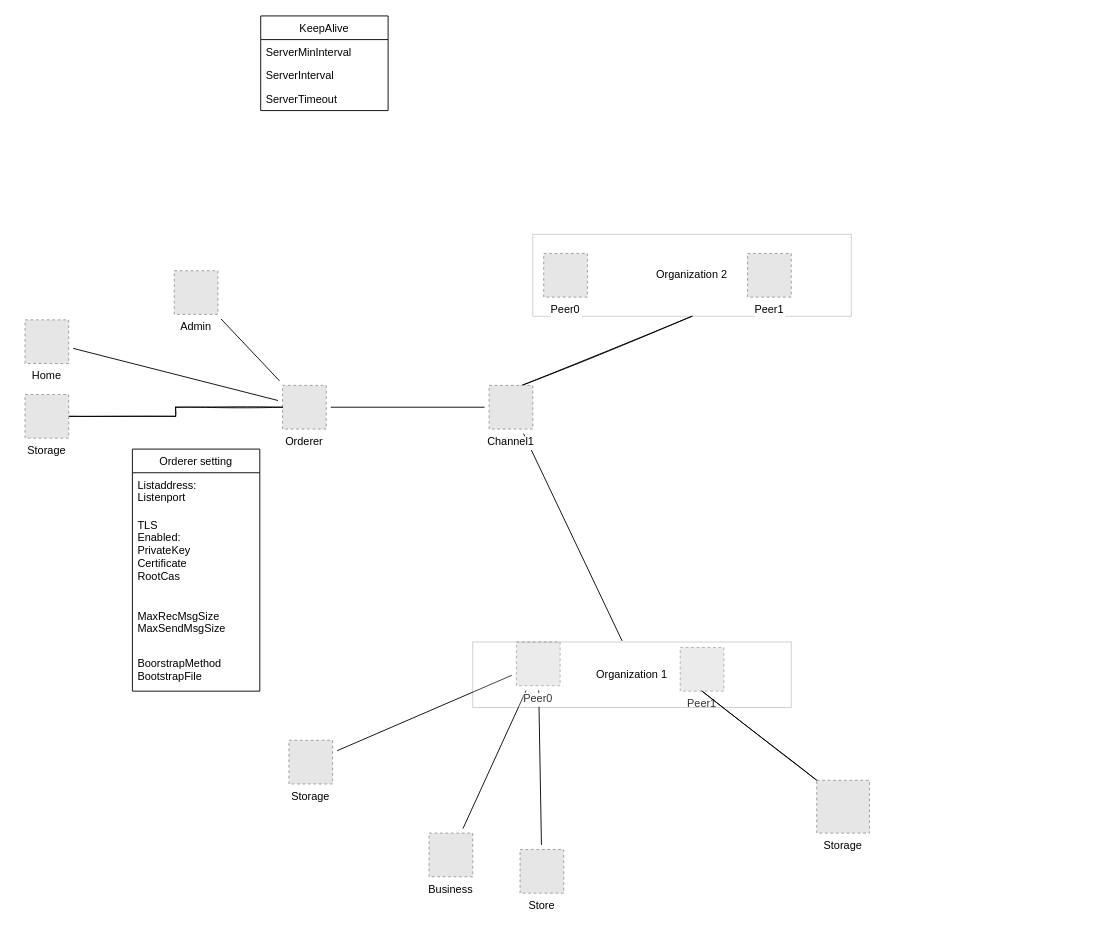
This is test-network/Waka Diagram.drawio from Hans-van-Velzen/Maori-Hyperledger, a draw.io file, before an edit. Source tidied: cells renumbered, new cells numbered last; positions are measured from the earlier drawing's top-left corner, leaving out a move shared by most shapes. Both pictures are drawn from the tidied source at 91%, with x=0, y=0 at pixel (25, 15). Pictures stored in the file or linked from it are replaced by grey dashed boxes.
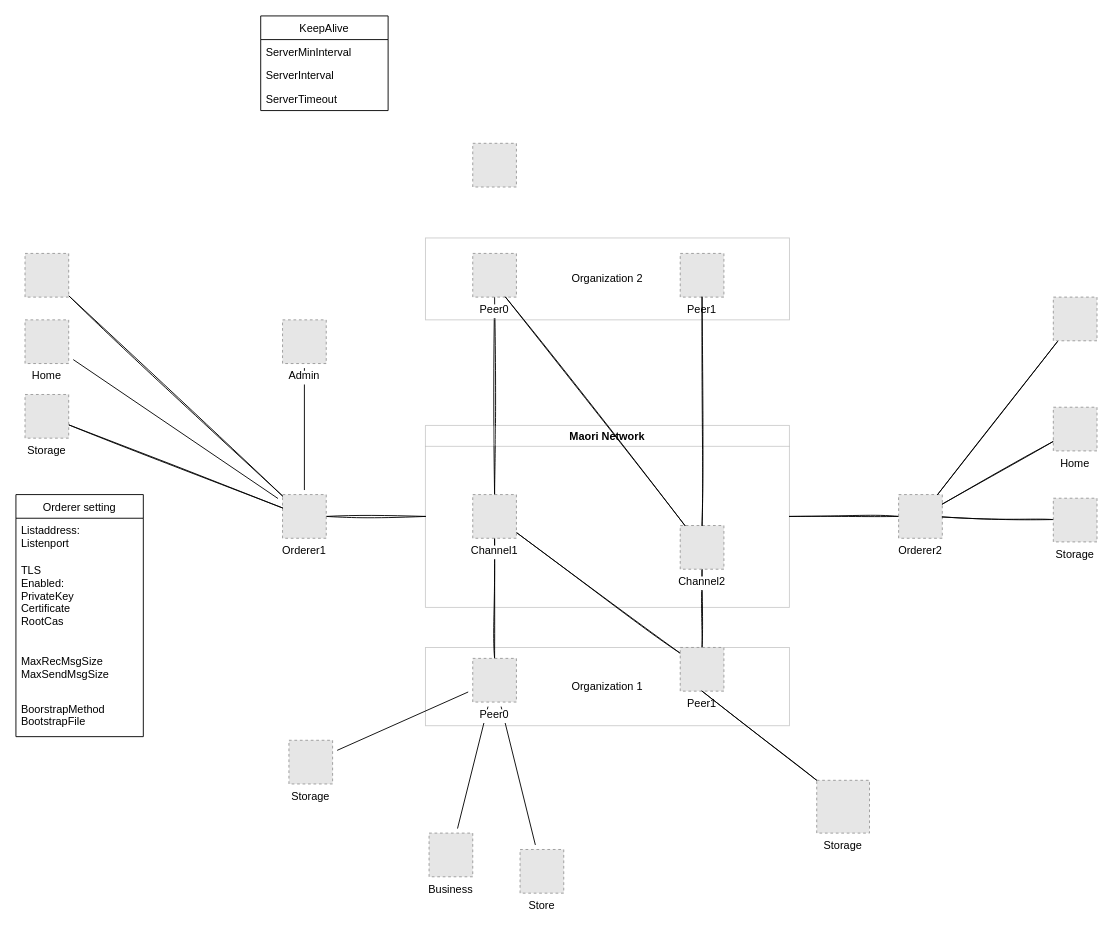
After the change.

The change refers to these unchanged cells:
```xml
<mxCell id="29" value="Storage" style="fillColor=#E6E6E6;strokeColor=#999999;dashed=1;verticalLabelPosition=bottom;verticalAlign=top;labelBackgroundColor=#ffffff;" parent="1" vertex="1">
  <mxGeometry y="416" width="48" height="48" as="geometry" />
</mxCell>
```

Change to the diagram source:
```diff
@@
+    <mxCell id="30" value="Organization 1" style="whiteSpace=wrap;html=1;align=center;newEdgeStyle={&quot;edgeStyle&quot;:&quot;elbowEdgeStyle&quot;,&quot;startArrow&quot;:&quot;none&quot;,&quot;endArrow&quot;:&quot;none&quot;};opacity=20;" parent="1" vertex="1">
+      <mxGeometry x="440" y="694" width="400" height="86" as="geometry" />
+    </mxCell>
@@
-    <mxCell id="3" style="edgeStyle=none;rounded=0;jettySize=auto;html=1;sourcePerimeterSpacing=5;endArrow=none;endFill=0;targetPerimeterSpacing=5;entryX=0.469;entryY=-0.017;entryDx=0;entryDy=0;entryPerimeter=0;" parent="1" edge="1" source="13" target="30">
-      <mxGeometry relative="1" as="geometry" />
-    </mxCell>
-    <mxCell id="4" style="edgeStyle=none;rounded=0;jettySize=auto;html=1;sourcePerimeterSpacing=5;endArrow=none;endFill=0;targetPerimeterSpacing=5;" parent="1" edge="1" source="14" target="13">
-      <mxGeometry relative="1" as="geometry" />
-    </mxCell>
@@
-    <mxCell id="12" style="edgeStyle=none;rounded=0;sketch=1;jettySize=auto;html=1;exitX=0.75;exitY=0;exitDx=0;exitDy=0;entryX=0.5;entryY=1;entryDx=0;entryDy=0;endArrow=none;endFill=0;" parent="1" edge="1" source="13" target="33">
+    <mxCell id="12" style="edgeStyle=none;rounded=0;sketch=1;jettySize=auto;html=1;exitX=0.5;exitY=0;exitDx=0;exitDy=0;entryX=0.5;entryY=1;entryDx=0;entryDy=0;endArrow=none;endFill=0;" parent="1" edge="1" source="13" target="34">
       <mxGeometry relative="1" as="geometry" />
     </mxCell>
-    <mxCell id="13" value="Channel1" style="fillColor=#E6E6E6;strokeColor=#999999;dashed=1;verticalLabelPosition=bottom;verticalAlign=top;labelBackgroundColor=#ffffff;" parent="1" vertex="1">
-      <mxGeometry x="510" y="406" width="48" height="48" as="geometry" />
-    </mxCell>
+    <mxCell id="36" style="edgeStyle=none;rounded=0;sketch=1;jettySize=auto;html=1;endArrow=none;endFill=0;" parent="1" edge="1" source="14" target="42">
+      <mxGeometry relative="1" as="geometry" />
+    </mxCell>
-    <mxCell id="14" value="Orderer" style="fillColor=#E6E6E6;strokeColor=#999999;dashed=1;verticalLabelPosition=bottom;verticalAlign=top;labelBackgroundColor=#ffffff;" parent="1" vertex="1">
-      <mxGeometry x="283" y="406" width="48" height="48" as="geometry" />
+    <mxCell id="14" value="Orderer1" style="fillColor=#E6E6E6;strokeColor=#999999;dashed=1;verticalLabelPosition=bottom;verticalAlign=top;labelBackgroundColor=#ffffff;" parent="1" vertex="1">
+      <mxGeometry x="283" y="526" width="48" height="48" as="geometry" />
     </mxCell>
@@
     <mxCell id="16" value="Admin" style="fillColor=#E6E6E6;strokeColor=#999999;dashed=1;verticalLabelPosition=bottom;verticalAlign=top;labelBackgroundColor=#ffffff;" parent="1" vertex="1">
-      <mxGeometry x="164" y="280" width="48" height="48" as="geometry" />
+      <mxGeometry x="283" y="334" width="48" height="48" as="geometry" />
     </mxCell>
+    <mxCell id="37" style="edgeStyle=none;rounded=0;sketch=1;jettySize=auto;html=1;endArrow=none;endFill=0;" parent="1" edge="1" source="17" target="13">
+      <mxGeometry relative="1" as="geometry" />
+    </mxCell>
     <mxCell id="17" value="Peer0" style="fillColor=#E6E6E6;strokeColor=#999999;dashed=1;verticalLabelPosition=bottom;verticalAlign=top;labelBackgroundColor=#ffffff;" parent="1" vertex="1">
-      <mxGeometry x="540" y="688" width="48" height="48" as="geometry" />
+      <mxGeometry x="492" y="706" width="48" height="48" as="geometry" />
     </mxCell>
     <mxCell id="18" value="Orderer setting" style="swimlane;fontStyle=0;horizontal=1;startSize=26;fillColor=none;" parent="1" vertex="1">
-      <mxGeometry x="118" y="476" width="140" height="266" as="geometry" />
+      <mxGeometry x="-10" y="526" width="140" height="266" as="geometry" />
     </mxCell>
@@
+    <mxCell id="38" style="edgeStyle=none;rounded=0;sketch=1;jettySize=auto;html=1;endArrow=none;endFill=0;" parent="1" edge="1" source="28" target="43">
+      <mxGeometry relative="1" as="geometry" />
+    </mxCell>
+    <mxCell id="39" style="edgeStyle=none;rounded=0;sketch=1;jettySize=auto;html=1;endArrow=none;endFill=0;" parent="1" edge="1" source="28" target="13">
+      <mxGeometry relative="1" as="geometry" />
+    </mxCell>
+    <mxCell id="28" value="Peer1" style="fillColor=#E6E6E6;strokeColor=#999999;dashed=1;verticalLabelPosition=bottom;verticalAlign=top;labelBackgroundColor=#ffffff;" parent="1" vertex="1">
+      <mxGeometry x="720" y="694" width="48" height="48" as="geometry" />
+    </mxCell>
-    <mxCell id="27" style="edgeStyle=orthogonalEdgeStyle;rounded=0;jettySize=auto;html=1;exitX=1;exitY=0.5;exitDx=0;exitDy=0;entryX=0;entryY=0.5;entryDx=0;entryDy=0;endArrow=none;endFill=0;sketch=1;" parent="1" edge="1" source="29" target="14">
+    <mxCell id="27" style="edgeStyle=none;rounded=0;sketch=1;jettySize=auto;html=1;endArrow=none;endFill=0;" parent="1" edge="1" source="29" target="14">
       <mxGeometry relative="1" as="geometry" />
     </mxCell>
-    <mxCell id="28" value="Peer1" style="fillColor=#E6E6E6;strokeColor=#999999;dashed=1;verticalLabelPosition=bottom;verticalAlign=top;labelBackgroundColor=#ffffff;" parent="1" vertex="1">
-      <mxGeometry x="720" y="694" width="48" height="48" as="geometry" />
-    </mxCell>
@@
-    <mxCell id="30" value="Organization 1" style="whiteSpace=wrap;html=1;align=center;newEdgeStyle={&quot;edgeStyle&quot;:&quot;elbowEdgeStyle&quot;,&quot;startArrow&quot;:&quot;none&quot;,&quot;endArrow&quot;:&quot;none&quot;};opacity=20;" parent="1" vertex="1">
-      <mxGeometry x="492" y="688" width="350" height="72" as="geometry" />
-    </mxCell>
@@
     <mxCell id="33" value="Organization 2&lt;br&gt;" style="whiteSpace=wrap;html=1;align=center;newEdgeStyle={&quot;edgeStyle&quot;:&quot;elbowEdgeStyle&quot;,&quot;startArrow&quot;:&quot;none&quot;,&quot;endArrow&quot;:&quot;none&quot;};opacity=20;" parent="1" vertex="1">
-      <mxGeometry x="558" y="240" width="350" height="90" as="geometry" />
+      <mxGeometry x="440" y="244" width="400" height="90" as="geometry" />
     </mxCell>
     <mxCell id="34" value="Peer0" style="fillColor=#E6E6E6;strokeColor=#999999;dashed=1;verticalLabelPosition=bottom;verticalAlign=top;labelBackgroundColor=#ffffff;" parent="1" vertex="1">
-      <mxGeometry x="570" y="261" width="48" height="48" as="geometry" />
+      <mxGeometry x="492" y="261" width="48" height="48" as="geometry" />
     </mxCell>
     <mxCell id="35" value="Peer1" style="fillColor=#E6E6E6;strokeColor=#999999;dashed=1;verticalLabelPosition=bottom;verticalAlign=top;labelBackgroundColor=#ffffff;" parent="1" vertex="1">
-      <mxGeometry x="794" y="261" width="48" height="48" as="geometry" />
+      <mxGeometry x="720" y="261" width="48" height="48" as="geometry" />
     </mxCell>
+    <mxCell id="40" style="edgeStyle=none;rounded=0;sketch=1;jettySize=auto;html=1;endArrow=none;endFill=0;" parent="1" edge="1" source="41" target="42">
+      <mxGeometry relative="1" as="geometry" />
+    </mxCell>
+    <mxCell id="41" value="Orderer2" style="fillColor=#E6E6E6;strokeColor=#999999;dashed=1;verticalLabelPosition=bottom;verticalAlign=top;labelBackgroundColor=#ffffff;" parent="1" vertex="1">
+      <mxGeometry x="960" y="526" width="48" height="48" as="geometry" />
+    </mxCell>
+    <mxCell id="42" value="Maori Network" style="swimlane;opacity=20;" parent="1" vertex="1">
+      <mxGeometry x="440" y="450" width="400" height="200" as="geometry" />
+    </mxCell>
+    <mxCell id="13" value="Channel1" style="fillColor=#E6E6E6;strokeColor=#999999;dashed=1;verticalLabelPosition=bottom;verticalAlign=top;labelBackgroundColor=#ffffff;" parent="42" vertex="1">
+      <mxGeometry x="52" y="76" width="48" height="48" as="geometry" />
+    </mxCell>
+    <mxCell id="43" value="Channel2" style="fillColor=#E6E6E6;strokeColor=#999999;dashed=1;verticalLabelPosition=bottom;verticalAlign=top;labelBackgroundColor=#ffffff;" parent="42" vertex="1">
+      <mxGeometry x="280" y="110" width="48" height="48" as="geometry" />
+    </mxCell>
+    <mxCell id="44" style="edgeStyle=none;rounded=0;sketch=1;jettySize=auto;html=1;entryX=0.75;entryY=1;entryDx=0;entryDy=0;endArrow=none;endFill=0;" parent="1" edge="1" source="43" target="34">
+      <mxGeometry relative="1" as="geometry" />
+    </mxCell>
+    <mxCell id="45" style="edgeStyle=none;rounded=0;sketch=1;jettySize=auto;html=1;endArrow=none;endFill=0;" parent="1" edge="1" source="43" target="35">
+      <mxGeometry relative="1" as="geometry" />
+    </mxCell>
+    <mxCell id="46" style="edgeStyle=none;rounded=0;sketch=1;jettySize=auto;html=1;endArrow=none;endFill=0;" parent="1" edge="1" source="47" target="41">
+      <mxGeometry relative="1" as="geometry" />
+    </mxCell>
+    <mxCell id="47" value="Home" style="fillColor=#E6E6E6;strokeColor=#999999;dashed=1;verticalLabelPosition=bottom;verticalAlign=top;labelBackgroundColor=#ffffff;" parent="1" vertex="1">
+      <mxGeometry x="1130" y="430" width="48" height="48" as="geometry" />
+    </mxCell>
+    <mxCell id="48" style="edgeStyle=none;rounded=0;sketch=1;jettySize=auto;html=1;endArrow=none;endFill=0;" parent="1" edge="1" source="49" target="41">
+      <mxGeometry relative="1" as="geometry" />
+    </mxCell>
+    <mxCell id="49" value="Storage" style="fillColor=#E6E6E6;strokeColor=#999999;dashed=1;verticalLabelPosition=bottom;verticalAlign=top;labelBackgroundColor=#ffffff;" parent="1" vertex="1">
+      <mxGeometry x="1130" y="530" width="48" height="48" as="geometry" />
+    </mxCell>
+    <mxCell id="50" style="fillColor=#E6E6E6;strokeColor=#999999;dashed=1;verticalLabelPosition=bottom;verticalAlign=top;" parent="1" vertex="1">
+      <mxGeometry x="492" y="140" width="48" height="48" as="geometry" />
+    </mxCell>
+    <mxCell id="51" style="edgeStyle=none;rounded=0;sketch=1;jettySize=auto;html=1;endArrow=none;endFill=0;" parent="1" edge="1" source="52" target="14">
+      <mxGeometry relative="1" as="geometry" />
+    </mxCell>
+    <mxCell id="52" style="fillColor=#E6E6E6;strokeColor=#999999;dashed=1;verticalLabelPosition=bottom;verticalAlign=top;" parent="1" vertex="1">
+      <mxGeometry y="261" width="48" height="48" as="geometry" />
+    </mxCell>
+    <mxCell id="53" style="edgeStyle=none;rounded=0;sketch=1;jettySize=auto;html=1;endArrow=none;endFill=0;" parent="1" edge="1" source="54" target="41">
+      <mxGeometry relative="1" as="geometry" />
+    </mxCell>
+    <mxCell id="54" style="fillColor=#E6E6E6;strokeColor=#999999;dashed=1;verticalLabelPosition=bottom;verticalAlign=top;" parent="1" vertex="1">
+      <mxGeometry x="1130" y="309" width="48" height="48" as="geometry" />
+    </mxCell>
```
